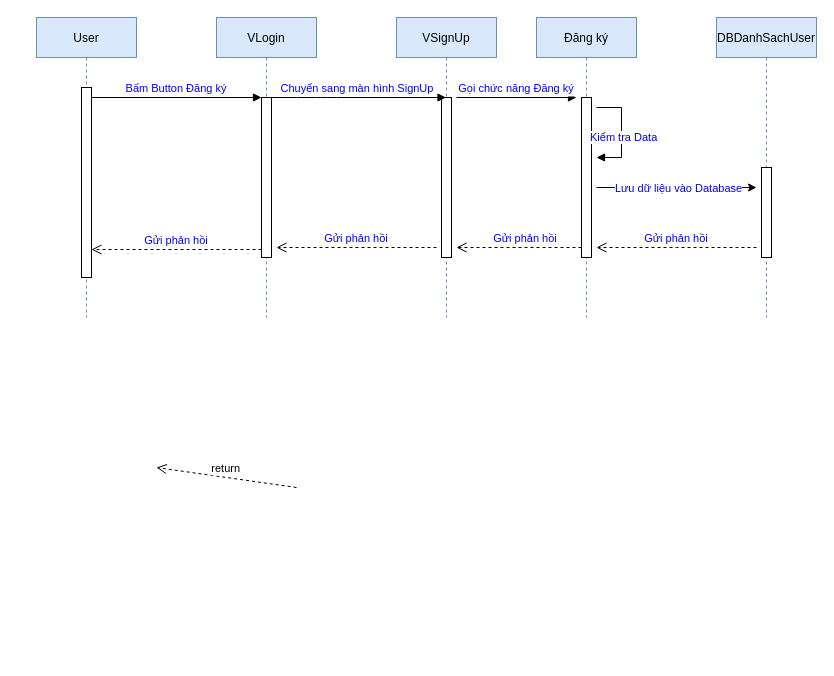
Before: page "Page-1" (1 of 2) of Untitled Diagram.drawio in philong97/diagram, a draw.io diagram. Source tidied: cells renumbered, new cells numbered last; positions are measured from the earlier drawing's top-left corner, leaving out a move shared by most shapes. Both pictures are drawn from the tidied source at 100%, with x=0, y=0 at pixel (36, 17).
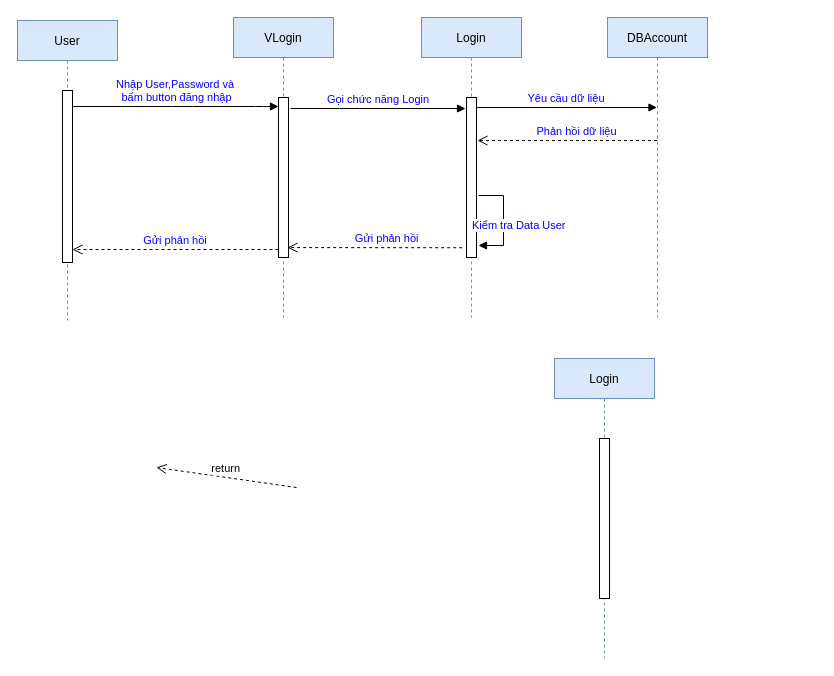
Above is the later version.

Commit message:
dang nhap

The change refers to these unchanged cells:
```xml
<mxCell id="5" style="points=[];perimeter=orthogonalPerimeter;rounded=0;shadow=0;strokeWidth=1;fontColor=#0000FF;" parent="4" vertex="1">
  <mxGeometry x="45" y="80" width="10" height="160" as="geometry" />
</mxCell>
<mxCell id="10" style="points=[];perimeter=orthogonalPerimeter;rounded=0;shadow=0;strokeWidth=1;fontColor=#0000FF;" parent="9" vertex="1">
  <mxGeometry x="45" y="80" width="10" height="160" as="geometry" />
</mxCell>
```

Change to the diagram source:
```diff
@@
     <mxCell id="2" value="User" style="shape=umlLifeline;perimeter=lifelinePerimeter;rounded=0;shadow=0;strokeWidth=1;fillColor=#dae8fc;strokeColor=#6c8ebf;" parent="1" vertex="1">
-      <mxGeometry width="100" height="300" as="geometry" />
+      <mxGeometry x="-19" y="3" width="100" height="300" as="geometry" />
     </mxCell>
     <mxCell id="3" style="points=[];perimeter=orthogonalPerimeter;rounded=0;shadow=0;strokeWidth=1;fontColor=#0000FF;" parent="2" vertex="1">
-      <mxGeometry x="45" y="70" width="10" height="190" as="geometry" />
+      <mxGeometry x="45" y="70" width="10" height="172" as="geometry" />
     </mxCell>
     <mxCell id="4" value="VLogin" style="shape=umlLifeline;perimeter=lifelinePerimeter;rounded=0;shadow=0;strokeWidth=1;fillColor=#dae8fc;strokeColor=#6c8ebf;" parent="1" vertex="1">
-      <mxGeometry x="180" width="100" height="300" as="geometry" />
+      <mxGeometry x="197" width="100" height="300" as="geometry" />
     </mxCell>
@@
-    <mxCell id="6" value="Gửi phản hồi" style="verticalAlign=bottom;endArrow=open;dashed=1;endSize=8;exitX=0;exitY=0.95;shadow=0;strokeWidth=1;fontColor=#0000FF;" parent="1" edge="1" source="5" target="3">
-      <mxGeometry relative="1" as="geometry" />
+    <mxCell id="6" value="Gửi phản hồi" style="verticalAlign=bottom;endArrow=open;dashed=1;endSize=8;shadow=0;strokeWidth=1;fontColor=#0000FF;" parent="1" edge="1" target="3">
+      <mxGeometry relative="1" as="geometry">
+        <mxPoint x="242" y="232" as="sourcePoint" />
+        <Array as="points">
+          <mxPoint x="131" y="232" />
+        </Array>
+      </mxGeometry>
     </mxCell>
-    <mxCell id="7" value="Bấm Button Đăng ký" style="verticalAlign=bottom;endArrow=block;entryX=0;entryY=0;shadow=0;strokeWidth=1;fontColor=#0000FF;" parent="1" edge="1" source="3" target="5">
-      <mxGeometry relative="1" as="geometry" />
+    <mxCell id="7" value="Nhập User,Password và&#10; bấm button đăng nhập" style="verticalAlign=bottom;endArrow=block;entryX=0;entryY=0.056;shadow=0;strokeWidth=1;fontColor=#0000FF;entryDx=0;entryDy=0;entryPerimeter=0;" parent="1" edge="1" source="3" target="5">
+      <mxGeometry relative="1" as="geometry">
+        <Array as="points">
+          <mxPoint x="146" y="89" />
+          <mxPoint x="229" y="89" />
+        </Array>
+      </mxGeometry>
     </mxCell>
@@
-    <mxCell id="9" value="VSignUp" style="shape=umlLifeline;perimeter=lifelinePerimeter;rounded=0;shadow=0;strokeWidth=1;fillColor=#dae8fc;strokeColor=#6c8ebf;" parent="1" vertex="1">
-      <mxGeometry x="360" width="100" height="300" as="geometry" />
+    <mxCell id="9" value="Login" style="shape=umlLifeline;perimeter=lifelinePerimeter;rounded=0;shadow=0;strokeWidth=1;fillColor=#dae8fc;strokeColor=#6c8ebf;" parent="1" vertex="1">
+      <mxGeometry x="385" width="100" height="300" as="geometry" />
     </mxCell>
@@
-    <mxCell id="11" value="DBDanhSachUser" style="shape=umlLifeline;perimeter=lifelinePerimeter;rounded=0;shadow=0;strokeWidth=1;fillColor=#dae8fc;strokeColor=#6c8ebf;" parent="1" vertex="1">
-      <mxGeometry x="680" width="100" height="300" as="geometry" />
+    <mxCell id="11" value="DBAccount" style="shape=umlLifeline;perimeter=lifelinePerimeter;rounded=0;shadow=0;strokeWidth=1;fillColor=#dae8fc;strokeColor=#6c8ebf;" parent="1" vertex="1">
+      <mxGeometry x="571" width="100" height="300" as="geometry" />
     </mxCell>
-    <mxCell id="12" style="perimeter=orthogonalPerimeter;rounded=0;shadow=0;strokeWidth=1;fontColor=#0000FF;" parent="11" vertex="1">
-      <mxGeometry x="45" y="150" width="10" height="90" as="geometry" />
-    </mxCell>
-    <mxCell id="13" value="Chuyển sang màn hình SignUp" style="verticalAlign=bottom;endArrow=block;shadow=0;strokeWidth=1;fontColor=#0000FF;" parent="1" edge="1" target="9">
-      <mxGeometry relative="1" as="geometry">
-        <mxPoint x="233" y="80" as="sourcePoint" />
-        <Array as="points">
-          <mxPoint x="270" y="80" />
-          <mxPoint x="290" y="80" />
-        </Array>
-      </mxGeometry>
-    </mxCell>
-    <mxCell id="14" value="Đăng ký" style="shape=umlLifeline;perimeter=lifelinePerimeter;rounded=0;shadow=0;strokeWidth=1;fillColor=#dae8fc;strokeColor=#6c8ebf;" parent="1" vertex="1">
-      <mxGeometry x="500" width="100" height="300" as="geometry" />
-    </mxCell>
-    <mxCell id="15" style="perimeter=orthogonalPerimeter;rounded=0;shadow=0;strokeWidth=1;fontColor=#0000FF;" parent="14" vertex="1">
-      <mxGeometry x="45" y="80" width="10" height="160" as="geometry" />
-    </mxCell>
-    <mxCell id="16" value="Gọi chức năng Đăng ký" style="verticalAlign=bottom;endArrow=block;shadow=0;strokeWidth=1;fontColor=#0000FF;" parent="1" edge="1">
+    <mxCell id="16" value="Yêu cầu dữ liệu" style="verticalAlign=bottom;endArrow=block;shadow=0;strokeWidth=1;fontColor=#0000FF;" parent="1" edge="1" target="11">
       <mxGeometry relative="1" as="geometry">
-        <mxPoint x="420" y="80" as="sourcePoint" />
-        <mxPoint x="540" y="80" as="targetPoint" />
+        <mxPoint x="440" y="90" as="sourcePoint" />
       </mxGeometry>
     </mxCell>
-    <mxCell id="17" value="Kiểm tra Data" style="edgeStyle=orthogonalEdgeStyle;html=1;align=left;spacingLeft=2;endArrow=block;rounded=0;fontColor=#0000FF;" parent="1" edge="1">
+    <mxCell id="17" value="Kiểm tra Data User" style="edgeStyle=orthogonalEdgeStyle;html=1;align=left;spacingLeft=2;endArrow=block;rounded=0;fontColor=#0000FF;" parent="1" edge="1">
       <mxGeometry x="1" y="-22" relative="1" as="geometry">
-        <mxPoint x="560" y="90" as="sourcePoint" />
-        <mxPoint x="560" y="140" as="targetPoint" />
+        <mxPoint x="442" y="178" as="sourcePoint" />
+        <mxPoint x="442" y="228" as="targetPoint" />
         <Array as="points">
-          <mxPoint x="585" y="90" />
-          <mxPoint x="585" y="140" />
+          <mxPoint x="467" y="178" />
+          <mxPoint x="467" y="228" />
         </Array>
         <mxPoint x="-10" y="2" as="offset" />
       </mxGeometry>
     </mxCell>
-    <mxCell id="18" style="endArrow=classic;html=1;fontColor=#0000FF;" parent="1" edge="1">
-      <mxGeometry relative="1" as="geometry">
-        <mxPoint x="560" y="170" as="sourcePoint" />
-        <mxPoint x="720" y="170" as="targetPoint" />
-        <Array as="points">
-          <mxPoint x="660" y="170" />
-        </Array>
-      </mxGeometry>
-    </mxCell>
-    <mxCell id="19" value="Lưu dữ liệu vào Database" style="edgeLabel;html=1;align=center;verticalAlign=middle;fontColor=#0000FF;" parent="18" vertex="1">
-      <mxGeometry x="-0.11" relative="1" as="geometry">
-        <mxPoint x="10" as="offset" />
-      </mxGeometry>
-    </mxCell>
-    <mxCell id="20" value="Gửi phản hồi" style="verticalAlign=bottom;endArrow=open;dashed=1;endSize=8;exitX=0;exitY=0.95;shadow=0;strokeWidth=1;fontColor=#0000FF;" parent="1" edge="1">
-      <mxGeometry relative="1" as="geometry">
-        <mxPoint x="400" y="230" as="sourcePoint" />
-        <mxPoint x="240" y="230" as="targetPoint" />
-      </mxGeometry>
+    <mxCell id="20" value="Gửi phản hồi" style="verticalAlign=bottom;endArrow=open;dashed=1;endSize=8;exitX=-0.433;exitY=0.939;shadow=0;strokeWidth=1;fontColor=#0000FF;exitDx=0;exitDy=0;exitPerimeter=0;entryX=0.9;entryY=0.938;entryDx=0;entryDy=0;entryPerimeter=0;" parent="1" edge="1" source="10" target="5">
+      <mxGeometry x="-0.14" relative="1" as="geometry" />
     </mxCell>
-    <mxCell id="21" value="Gửi phản hồi" style="verticalAlign=bottom;endArrow=open;dashed=1;endSize=8;shadow=0;strokeWidth=1;fontColor=#0000FF;" parent="1" edge="1">
+    <mxCell id="21" value="Phản hồi dữ liệu" style="verticalAlign=bottom;endArrow=open;dashed=1;endSize=8;shadow=0;strokeWidth=1;fontColor=#0000FF;" parent="1" edge="1" source="11">
       <mxGeometry x="-0.11" relative="1" as="geometry">
-        <mxPoint x="545" y="230" as="sourcePoint" />
-        <mxPoint x="420" y="230" as="targetPoint" />
+        <mxPoint x="441" y="123" as="targetPoint" />
       </mxGeometry>
     </mxCell>
-    <mxCell id="22" value="Gửi phản hồi" style="verticalAlign=bottom;endArrow=open;dashed=1;endSize=8;shadow=0;strokeWidth=1;fontColor=#0000FF;" parent="1" edge="1">
-      <mxGeometry relative="1" as="geometry">
-        <mxPoint x="720" y="230" as="sourcePoint" />
-        <mxPoint x="560" y="230" as="targetPoint" />
-        <Array as="points">
-          <mxPoint x="690" y="230" />
-          <mxPoint x="650" y="230" />
-        </Array>
-      </mxGeometry>
-    </mxCell>
+    <mxCell id="23" value="Gọi chức năng Login" style="verticalAlign=bottom;endArrow=block;shadow=0;strokeWidth=1;fontColor=#0000FF;" parent="1" edge="1">
+      <mxGeometry relative="1" as="geometry">
+        <mxPoint x="254" y="91" as="sourcePoint" />
+        <mxPoint x="429" y="91" as="targetPoint" />
+        <Array as="points">
+          <mxPoint x="313" y="91" />
+        </Array>
+      </mxGeometry>
+    </mxCell>
+    <mxCell id="24" value="Login" style="shape=umlLifeline;perimeter=lifelinePerimeter;rounded=0;shadow=0;strokeWidth=1;fillColor=#dae8fc;strokeColor=#6c8ebf;" parent="1" vertex="1">
+      <mxGeometry x="518" y="341" width="100" height="300" as="geometry" />
+    </mxCell>
+    <mxCell id="15" style="perimeter=orthogonalPerimeter;rounded=0;shadow=0;strokeWidth=1;fontColor=#0000FF;" parent="24" vertex="1">
+      <mxGeometry x="45" y="80" width="10" height="160" as="geometry" />
+    </mxCell>
```
